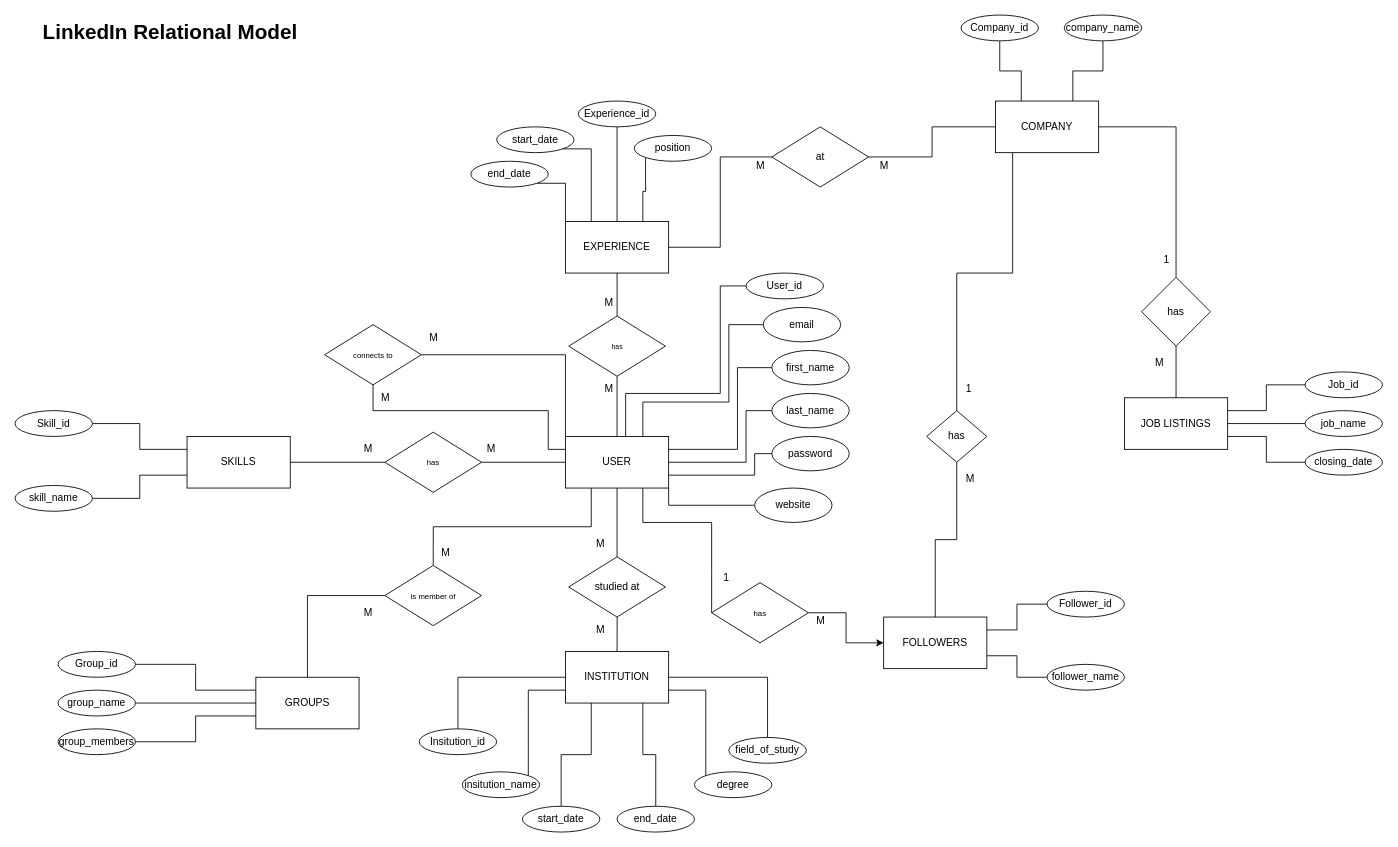
Before: LinkedIn Relationship model.drawio in jordansaker/ERDs, a draw.io diagram. Source tidied: cells renumbered, new cells numbered last; positions are measured from the earlier drawing's top-left corner, leaving out a move shared by most shapes. Both pictures are drawn from the tidied source at 86%, with x=0, y=0 at pixel (15, 15).
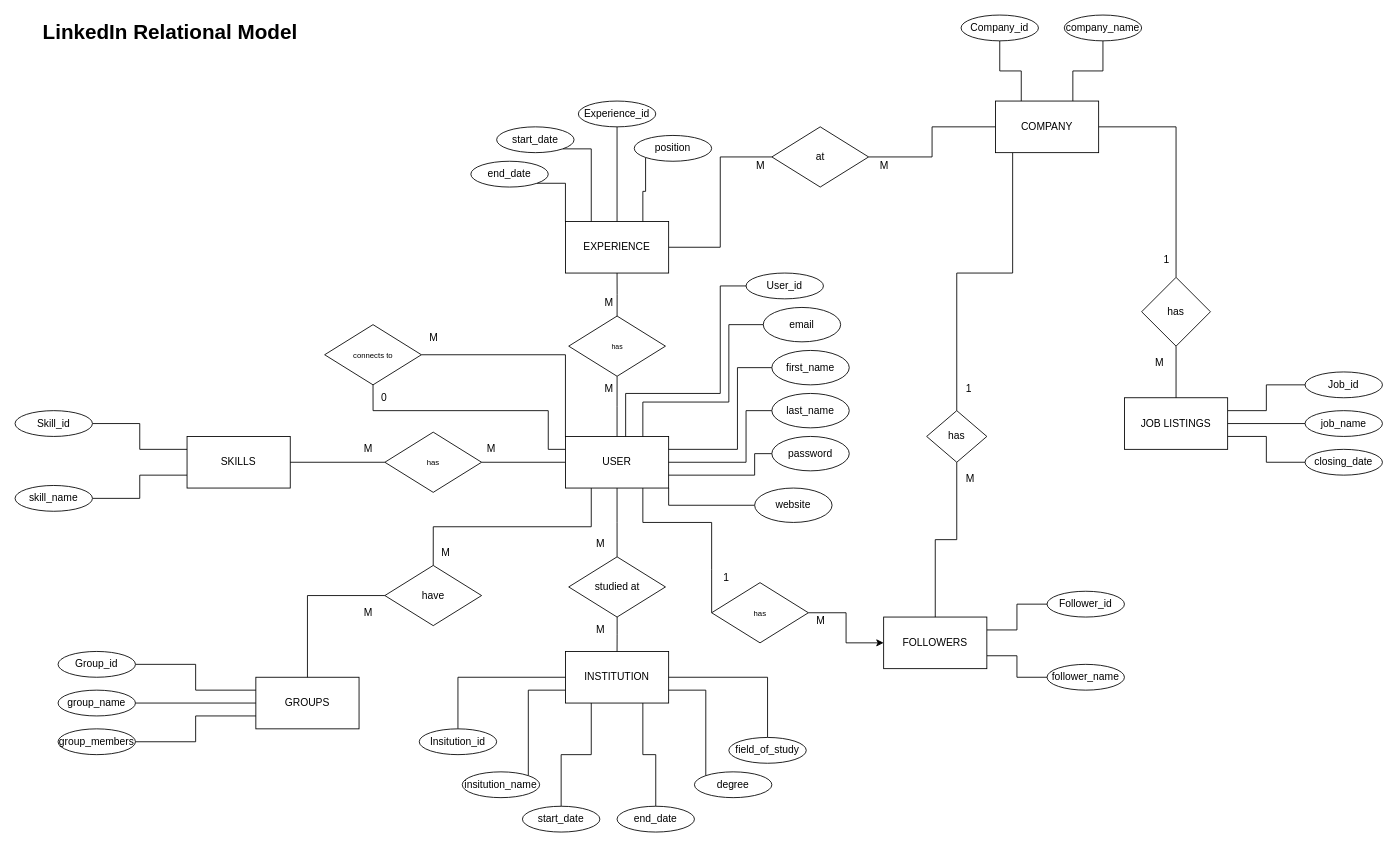
Above is the later version.

What changed in the source:
```diff
@@
-    <mxCell id="33" value="&lt;font style=&quot;font-size: 9px;&quot;&gt;is member of&lt;br&gt;&lt;/font&gt;" style="rhombus;whiteSpace=wrap;html=1;" parent="1" vertex="1">
+    <mxCell id="33" value="have&lt;font style=&quot;font-size: 9px;&quot;&gt;&lt;br&gt;&lt;/font&gt;" style="rhombus;whiteSpace=wrap;html=1;" parent="1" vertex="1">
       <mxGeometry x="430" y="640" width="112.5" height="70" as="geometry" />
     </mxCell>
@@
-    <mxCell id="95" value="M" style="text;strokeColor=none;fillColor=none;align=left;verticalAlign=middle;spacingLeft=4;spacingRight=4;overflow=hidden;whiteSpace=wrap;html=1;" parent="1" vertex="1">
+    <mxCell id="95" value="0" style="text;strokeColor=none;fillColor=none;align=left;verticalAlign=middle;spacingLeft=4;spacingRight=4;overflow=hidden;whiteSpace=wrap;html=1;" parent="1" vertex="1">
       <mxGeometry x="420" y="430" width="20" height="30" as="geometry" />
     </mxCell>
```
